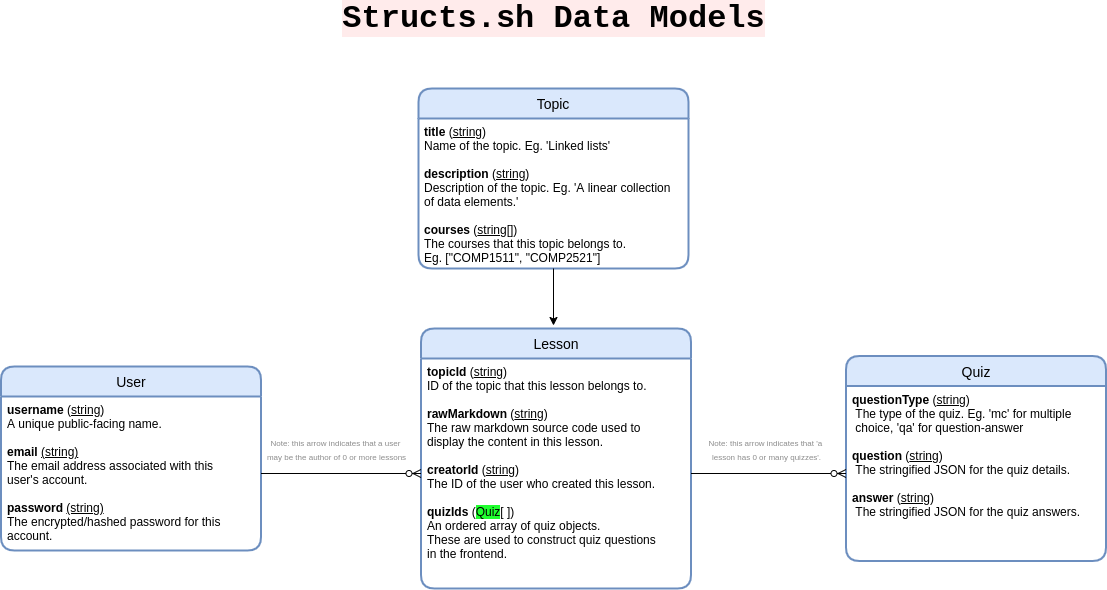
Above: docs/structs-datamodels.drawio.png in devsoc-unsw/structs.sh (draw.io), before the change. Source tidied: cells renumbered, new cells last; positions are measured from the earlier drawing's top-left corner, leaving out a move shared by most shapes.
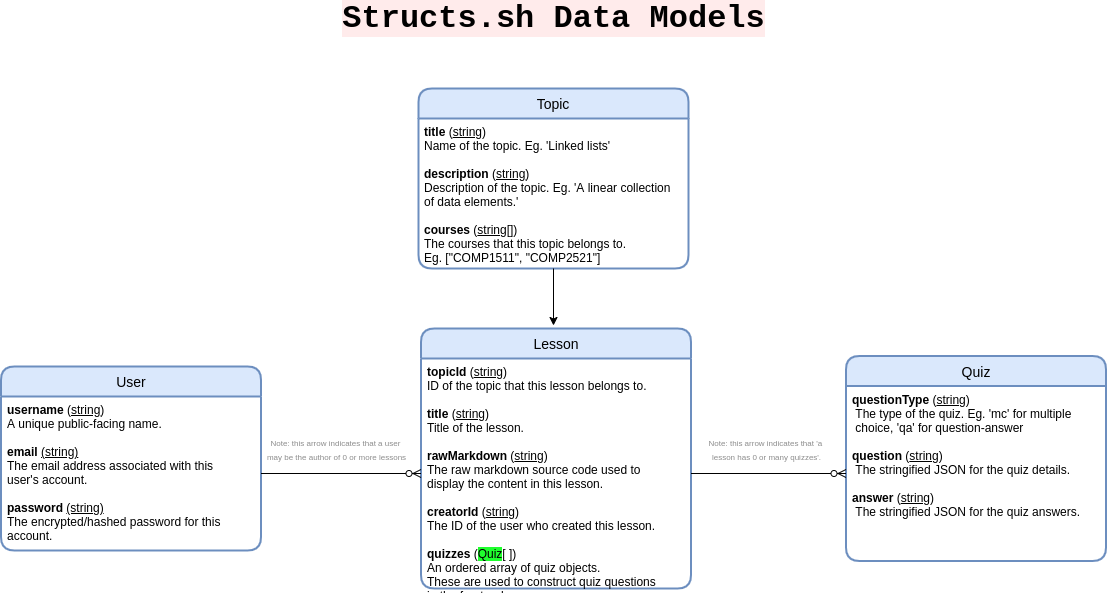
Later version of the same file.

Change to the diagram source:
```diff
@@ -8,7 +8,7 @@
     <mxCell id="3" value="Lesson" style="swimlane;horizontal=1;startSize=30;rounded=1;fontSize=14;fontStyle=0;strokeWidth=2;shadow=0;dashed=0;align=center;fontFamily=Helvetica;fillColor=#dae8fc;strokeColor=#6c8ebf;whiteSpace=wrap;" parent="1" vertex="1">
       <mxGeometry x="420.5" y="320" width="270" height="260" as="geometry" />
     </mxCell>
-    <mxCell id="4" value="&lt;b&gt;topicId&amp;nbsp;&lt;/b&gt;(&lt;u&gt;string&lt;/u&gt;)&lt;br&gt;ID of the topic that this lesson belongs to.&lt;b&gt;&lt;br&gt;&lt;br&gt;rawMarkdown&lt;/b&gt; (&lt;u&gt;string&lt;/u&gt;)&lt;br&gt;&lt;span&gt; &lt;/span&gt;The raw markdown source code used to&amp;nbsp;&lt;br&gt;&lt;span&gt; &lt;/span&gt;display the content in this lesson.&lt;br&gt;&lt;br&gt;&lt;b&gt;creatorId&lt;/b&gt; (&lt;u&gt;string&lt;/u&gt;)&lt;br&gt;&lt;span&gt; &lt;/span&gt;The ID of the user who created this lesson.&lt;br&gt;&lt;br&gt;&lt;b&gt;quizIds &lt;/b&gt;(&lt;span style=&quot;background-color: rgb(31 , 255 , 46)&quot;&gt;Quiz&lt;/span&gt;[ ])&lt;br&gt;&lt;span&gt;&lt;span&gt; &lt;/span&gt;An ordered array of quiz objects.&lt;br&gt;&lt;span&gt; &lt;/span&gt;These are used to construct quiz questions&lt;br&gt;&lt;span&gt; &lt;/span&gt;in the frontend.&lt;br&gt;&lt;/span&gt;" style="align=left;strokeColor=none;fillColor=none;spacingLeft=4;fontSize=12;verticalAlign=top;fontStyle=0;html=1;" parent="3" vertex="1">
+    <mxCell id="4" value="&lt;b&gt;topicId&amp;nbsp;&lt;/b&gt;(&lt;u&gt;string&lt;/u&gt;)&lt;br&gt;ID of the topic that this lesson belongs to.&lt;b&gt;&lt;br&gt;&lt;br&gt;title&lt;/b&gt;&amp;nbsp;(&lt;u&gt;string&lt;/u&gt;)&lt;br&gt;Title of the lesson.&lt;br&gt;&lt;br&gt;&lt;b&gt;rawMarkdown&lt;/b&gt; (&lt;u&gt;string&lt;/u&gt;)&lt;br&gt;&lt;span&gt; &lt;/span&gt;The raw markdown source code used to&amp;nbsp;&lt;br&gt;&lt;span&gt; &lt;/span&gt;display the content in this lesson.&lt;br&gt;&lt;br&gt;&lt;b&gt;creatorId&lt;/b&gt; (&lt;u&gt;string&lt;/u&gt;)&lt;br&gt;&lt;span&gt; &lt;/span&gt;The ID of the user who created this lesson.&lt;br&gt;&lt;br&gt;&lt;b&gt;quizzes&amp;nbsp;&lt;/b&gt;(&lt;span style=&quot;background-color: rgb(31 , 255 , 46)&quot;&gt;Quiz&lt;/span&gt;[ ])&lt;br&gt;&lt;span&gt;&lt;span&gt; &lt;/span&gt;An ordered array of quiz objects.&lt;br&gt;&lt;span&gt; &lt;/span&gt;These are used to construct quiz questions&lt;br&gt;&lt;span&gt; &lt;/span&gt;in the frontend.&lt;br&gt;&lt;/span&gt;" style="align=left;strokeColor=none;fillColor=none;spacingLeft=4;fontSize=12;verticalAlign=top;fontStyle=0;html=1;" parent="3" vertex="1">
       <mxGeometry y="30" width="270" height="230" as="geometry" />
     </mxCell>
     <mxCell id="5" value="User" style="swimlane;horizontal=1;startSize=30;rounded=1;fontSize=14;fontStyle=0;strokeWidth=2;shadow=0;dashed=0;align=center;fontFamily=Helvetica;fillColor=#dae8fc;strokeColor=#6c8ebf;whiteSpace=wrap;html=1;" parent="1" vertex="1">
```
